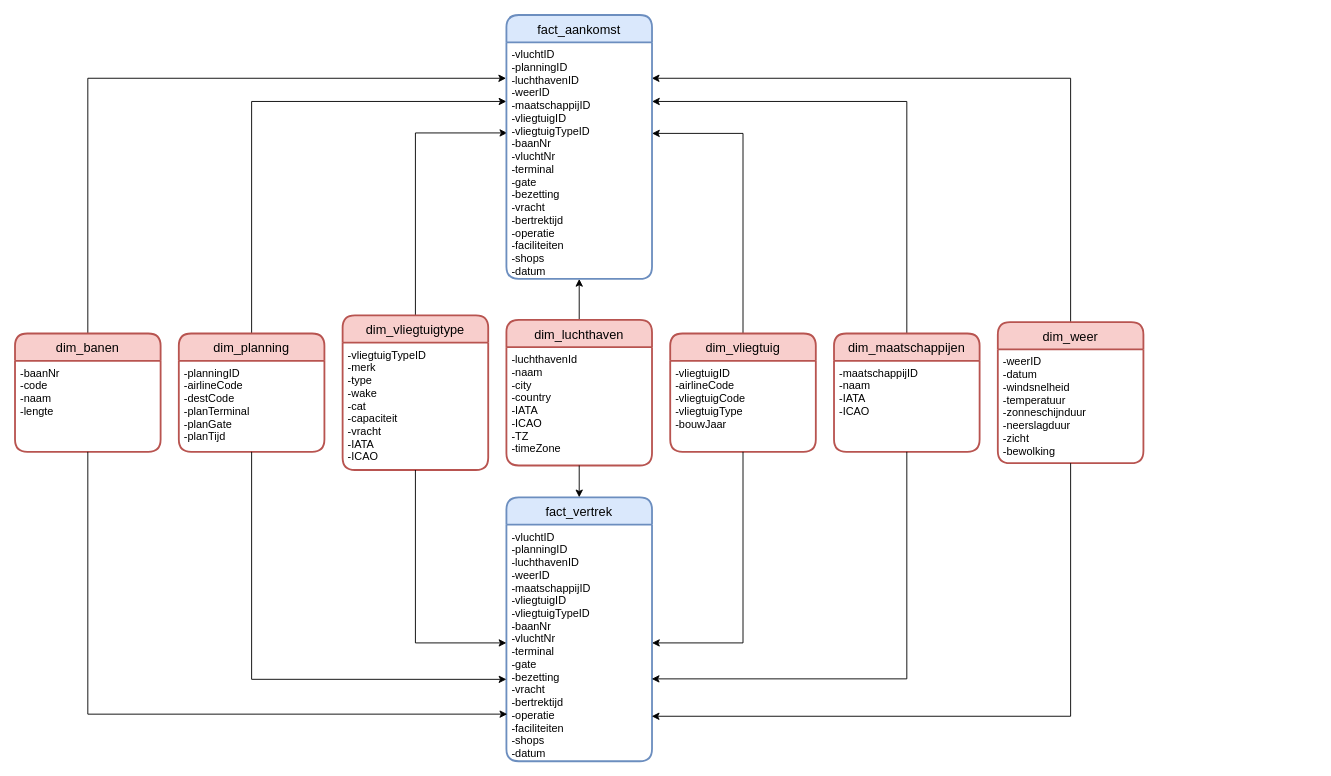
Earlier version of the draw.io diagram assets/diagrams/STER.drawio (snenenenenenene/vision-airport). Source tidied: cells renumbered, new cells numbered last; positions are measured from the earlier drawing's top-left corner, leaving out a move shared by most shapes. Both pictures are drawn from the tidied source at 91%, with x=0, y=0 at pixel (15, 15).
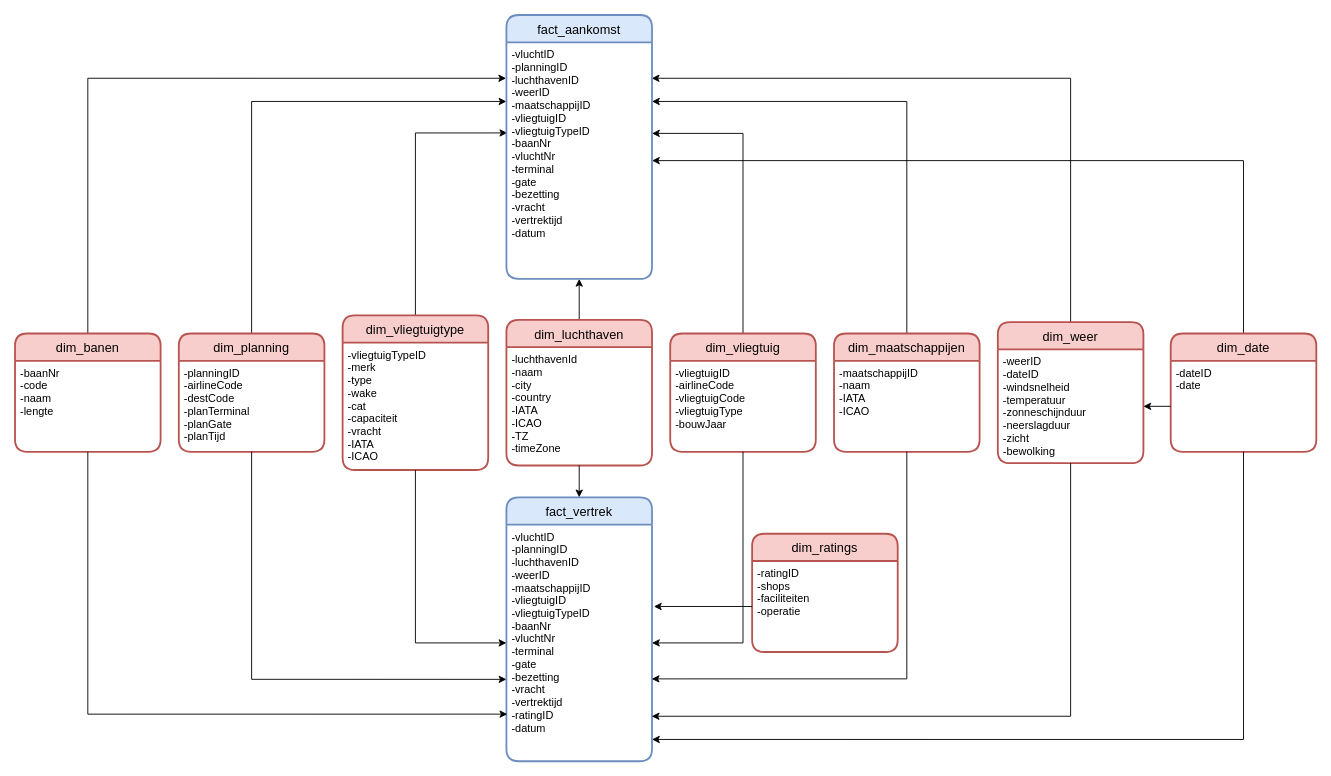
After the change.

Unchanged cells that the change refers to:
```xml
<mxCell id="21" value="dim_weer" style="swimlane;horizontal=1;startSize=30;rounded=1;fontSize=14;fontStyle=0;strokeWidth=2;shadow=0;dashed=0;align=center;fillColor=#f8cecc;strokeColor=#b85450;" parent="1" vertex="1">
  <mxGeometry x="1080" y="337.5" width="160" height="155" as="geometry" />
</mxCell>
<mxCell id="23" value="fact_vertrek" style="swimlane;horizontal=1;startSize=30;rounded=1;fontSize=14;fontStyle=0;strokeWidth=2;shadow=0;dashed=0;align=center;fillColor=#dae8fc;strokeColor=#6c8ebf;" parent="1" vertex="1">
  <mxGeometry x="540" y="530" width="160" height="290" as="geometry" />
</mxCell>
<mxCell id="25" value="fact_aankomst" style="swimlane;horizontal=1;startSize=30;rounded=1;fontSize=14;fontStyle=0;strokeWidth=2;shadow=0;dashed=0;align=center;fillColor=#dae8fc;strokeColor=#6c8ebf;" parent="1" vertex="1">
  <mxGeometry x="540" width="160" height="290" as="geometry" />
</mxCell>
```

What changed in the source:
```diff
@@
-    <mxCell id="22" value="-weerID&#10;-datum&#10;-windsnelheid&#10;-temperatuur&#10;-zonneschijnduur&#10;-neerslagduur&#10;-zicht&#10;-bewolking" style="align=left;strokeColor=none;fillColor=none;spacingLeft=4;fontSize=12;verticalAlign=top;" parent="21" vertex="1">
+    <mxCell id="22" value="-weerID&#10;-dateID&#10;-windsnelheid&#10;-temperatuur&#10;-zonneschijnduur&#10;-neerslagduur&#10;-zicht&#10;-bewolking" style="align=left;strokeColor=none;fillColor=none;spacingLeft=4;fontSize=12;verticalAlign=top;" parent="21" vertex="1">
       <mxGeometry y="30" width="160" height="125" as="geometry" />
     </mxCell>
@@
-    <mxCell id="24" value="-vluchtID&#10;-planningID&#10;-luchthavenID&#10;-weerID&#10;-maatschappijID&#10;-vliegtuigID&#10;-vliegtuigTypeID&#10;-baanNr&#10;-vluchtNr&#10;-terminal&#10;-gate&#10;-bezetting&#10;-vracht&#10;-bertrektijd&#10;-operatie&#10;-faciliteiten&#10;-shops&#10;-datum" style="align=left;strokeColor=none;fillColor=none;spacingLeft=4;fontSize=12;verticalAlign=top;" parent="23" vertex="1">
+    <mxCell id="24" value="-vluchtID&#10;-planningID&#10;-luchthavenID&#10;-weerID&#10;-maatschappijID&#10;-vliegtuigID&#10;-vliegtuigTypeID&#10;-baanNr&#10;-vluchtNr&#10;-terminal&#10;-gate&#10;-bezetting&#10;-vracht&#10;-vertrektijd&#10;-ratingID&#10;-datum" style="align=left;strokeColor=none;fillColor=none;spacingLeft=4;fontSize=12;verticalAlign=top;" parent="23" vertex="1">
       <mxGeometry y="30" width="160" height="260" as="geometry" />
     </mxCell>
@@
-    <mxCell id="26" value="-vluchtID&#10;-planningID&#10;-luchthavenID&#10;-weerID&#10;-maatschappijID&#10;-vliegtuigID&#10;-vliegtuigTypeID&#10;-baanNr&#10;-vluchtNr&#10;-terminal&#10;-gate&#10;-bezetting&#10;-vracht&#10;-bertrektijd&#10;-operatie&#10;-faciliteiten&#10;-shops&#10;-datum" style="align=left;strokeColor=none;fillColor=none;spacingLeft=4;fontSize=12;verticalAlign=top;" parent="25" vertex="1">
+    <mxCell id="26" value="-vluchtID&#10;-planningID&#10;-luchthavenID&#10;-weerID&#10;-maatschappijID&#10;-vliegtuigID&#10;-vliegtuigTypeID&#10;-baanNr&#10;-vluchtNr&#10;-terminal&#10;-gate&#10;-bezetting&#10;-vracht&#10;-vertrektijd&#10;-datum" style="align=left;strokeColor=none;fillColor=none;spacingLeft=4;fontSize=12;verticalAlign=top;" parent="25" vertex="1">
       <mxGeometry y="30" width="160" height="260" as="geometry" />
     </mxCell>
@@
+    <mxCell id="34" style="edgeStyle=orthogonalEdgeStyle;rounded=0;jettySize=auto;html=1;exitX=0.5;exitY=0;exitDx=0;exitDy=0;entryX=1;entryY=0.5;entryDx=0;entryDy=0;" parent="1" edge="1" source="35" target="26">
+      <mxGeometry relative="1" as="geometry" />
+    </mxCell>
+    <mxCell id="35" value="dim_date" style="swimlane;horizontal=1;startSize=30;rounded=1;fontSize=14;fontStyle=0;strokeWidth=2;shadow=0;dashed=0;align=center;fillColor=#f8cecc;strokeColor=#b85450;" parent="1" vertex="1">
+      <mxGeometry x="1270" y="350" width="160" height="130" as="geometry" />
+    </mxCell>
+    <mxCell id="36" value="-dateID&#10;-date" style="align=left;strokeColor=none;fillColor=none;spacingLeft=4;fontSize=12;verticalAlign=top;" parent="35" vertex="1">
+      <mxGeometry y="30" width="160" height="100" as="geometry" />
+    </mxCell>
+    <mxCell id="37" value="dim_ratings" style="swimlane;horizontal=1;startSize=30;rounded=1;fontSize=14;fontStyle=0;strokeWidth=2;shadow=0;dashed=0;align=center;fillColor=#f8cecc;strokeColor=#b85450;" parent="1" vertex="1">
+      <mxGeometry x="810" y="570" width="160" height="130" as="geometry" />
+    </mxCell>
+    <mxCell id="38" value="-ratingID&#10;-shops&#10;-faciliteiten&#10;-operatie" style="align=left;strokeColor=none;fillColor=none;spacingLeft=4;fontSize=12;verticalAlign=top;" parent="37" vertex="1">
+      <mxGeometry y="30" width="160" height="100" as="geometry" />
+    </mxCell>
+    <mxCell id="39" style="edgeStyle=orthogonalEdgeStyle;rounded=0;jettySize=auto;html=1;exitX=0;exitY=0.5;exitDx=0;exitDy=0;entryX=1.013;entryY=0.346;entryDx=0;entryDy=0;entryPerimeter=0;" parent="1" edge="1" source="38" target="24">
+      <mxGeometry relative="1" as="geometry" />
+    </mxCell>
+    <mxCell id="40" style="edgeStyle=orthogonalEdgeStyle;rounded=0;jettySize=auto;html=1;exitX=0.5;exitY=1;exitDx=0;exitDy=0;entryX=1;entryY=0.908;entryDx=0;entryDy=0;entryPerimeter=0;" parent="1" edge="1" source="36" target="24">
+      <mxGeometry relative="1" as="geometry" />
+    </mxCell>
+    <mxCell id="41" style="edgeStyle=orthogonalEdgeStyle;rounded=0;jettySize=auto;html=1;exitX=0;exitY=0.5;exitDx=0;exitDy=0;entryX=1;entryY=0.5;entryDx=0;entryDy=0;" parent="1" edge="1" source="36" target="22">
+      <mxGeometry relative="1" as="geometry" />
+    </mxCell>
```
